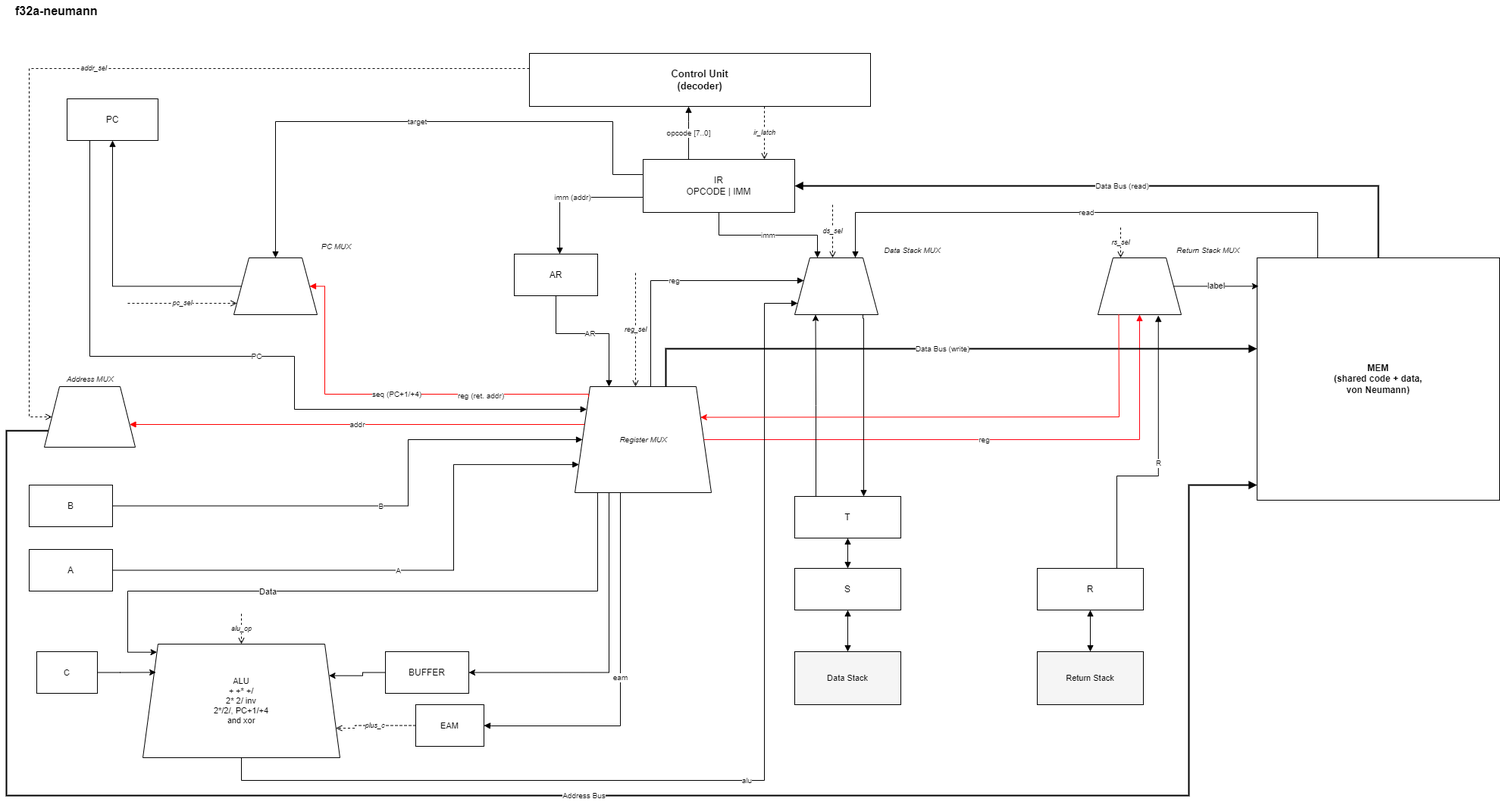
Earlier version of the draw.io export asmCOde/Scheme/f32a-neumann-dodelka.drawio.png (SushkoAlexandrITMO/CSA_Lab3). Source tidied: cells renumbered, new cells last; positions are measured from the earlier drawing's top-left corner, leaving out a move shared by most shapes.
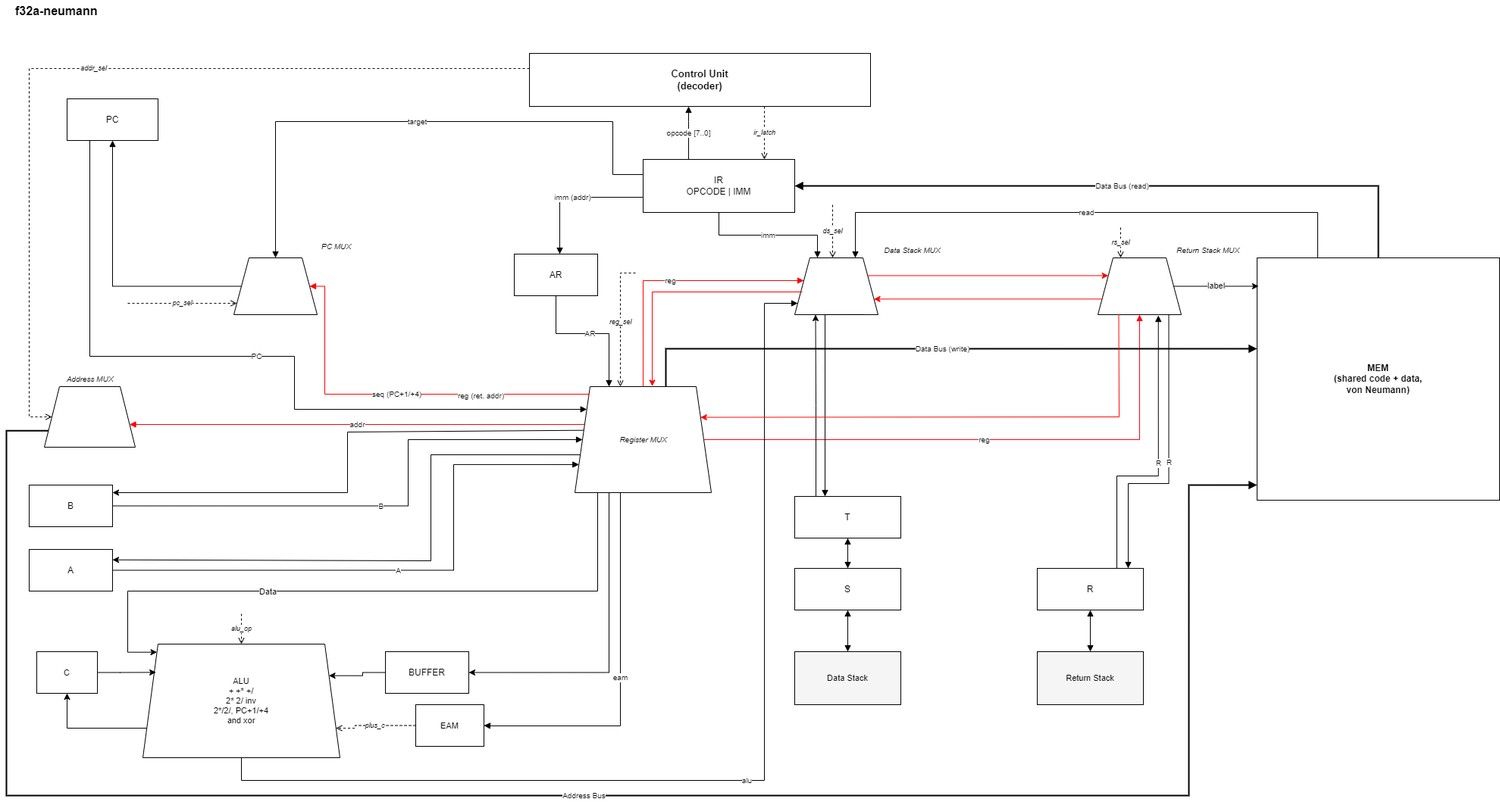
Later version of the same file.

The edit, as a diff of the source:
```diff
@@ -152,10 +152,10 @@
         </Array>
       </mxGeometry>
     </mxCell>
-    <mxCell id="38" value="reg" style="edgeStyle=orthogonalEdgeStyle;rounded=0;jettySize=auto;html=1;endArrow=block;strokeWidth=1;fontSize=10;" parent="1" edge="1" source="19" target="21">
+    <mxCell id="38" value="reg" style="edgeStyle=orthogonalEdgeStyle;rounded=0;jettySize=auto;html=1;endArrow=block;strokeWidth=1;fontSize=10;strokeColor=#FF0000;" parent="1" edge="1" source="19" target="21">
       <mxGeometry relative="1" as="geometry">
         <Array as="points">
-          <mxPoint x="850" y="370" />
+          <mxPoint x="840" y="370" />
         </Array>
       </mxGeometry>
     </mxCell>
@@ -190,9 +190,7 @@
     <mxCell id="43" style="edgeStyle=orthogonalEdgeStyle;rounded=0;jettySize=auto;html=1;endArrow=block;strokeWidth=1;fontSize=10;exitX=0.83;exitY=0.998;exitDx=0;exitDy=0;exitPerimeter=0;" parent="1" edge="1" source="21" target="64">
       <mxGeometry relative="1" as="geometry">
         <Array as="points">
-          <mxPoint x="1130" y="415" />
-          <mxPoint x="1130" y="420" />
-          <mxPoint x="1131" y="420" />
+          <mxPoint x="1080" y="415" />
         </Array>
       </mxGeometry>
     </mxCell>
@@ -261,8 +259,7 @@
       <mxGeometry relative="1" as="geometry">
         <mxPoint x="830" y="360" as="sourcePoint" />
         <Array as="points">
-          <mxPoint x="830" y="410" />
-          <mxPoint x="830" y="410" />
+          <mxPoint x="810" y="360" />
         </Array>
       </mxGeometry>
     </mxCell>
@@ -376,5 +373,51 @@
         </Array>
       </mxGeometry>
     </mxCell>
+    <mxCell id="71" style="endArrow=classic;html=1;rounded=0;exitX=0;exitY=0.75;exitDx=0;exitDy=0;entryX=0.5;entryY=1;entryDx=0;entryDy=0;" parent="1" edge="1" source="13" target="14">
+      <mxGeometry relative="1" as="geometry">
+        <Array as="points">
+          <mxPoint x="80" y="961" />
+        </Array>
+      </mxGeometry>
+    </mxCell>
+    <mxCell id="72" style="endArrow=classic;html=1;rounded=0;exitX=1;exitY=0.25;exitDx=0;exitDy=0;entryX=0;entryY=0.25;entryDx=0;entryDy=0;strokeColor=#FF0000;" parent="1" edge="1" source="21" target="25">
+      <mxGeometry relative="1" as="geometry" />
+    </mxCell>
+    <mxCell id="73" style="endArrow=classic;html=1;rounded=0;exitX=0;exitY=0.75;exitDx=0;exitDy=0;entryX=1;entryY=0.75;entryDx=0;entryDy=0;strokeColor=#FF0000;" parent="1" edge="1" source="25" target="21">
+      <mxGeometry relative="1" as="geometry" />
+    </mxCell>
+    <mxCell id="74" style="endArrow=classic;html=1;rounded=0;exitX=0.091;exitY=0.6;exitDx=0;exitDy=0;entryX=0.567;entryY=-0.004;entryDx=0;entryDy=0;strokeColor=#FF0000;exitPerimeter=0;entryPerimeter=0;" parent="1" edge="1" source="21" target="19">
+      <mxGeometry relative="1" as="geometry">
+        <Array as="points">
+          <mxPoint x="852" y="385" />
+        </Array>
+      </mxGeometry>
+    </mxCell>
+    <mxCell id="75" value="R" style="edgeStyle=orthogonalEdgeStyle;rounded=0;jettySize=auto;html=1;endArrow=block;strokeWidth=1;fontSize=10;exitX=0.85;exitY=1.008;exitDx=0;exitDy=0;exitPerimeter=0;" parent="1" edge="1" source="25">
+      <mxGeometry relative="1" as="geometry">
+        <mxPoint x="1480" y="750" as="targetPoint" />
+        <Array as="points">
+          <mxPoint x="1534" y="638" />
+          <mxPoint x="1480" y="638" />
+        </Array>
+      </mxGeometry>
+    </mxCell>
+    <mxCell id="76" style="endArrow=classic;html=1;rounded=0;exitX=0.063;exitY=0.412;exitDx=0;exitDy=0;exitPerimeter=0;" parent="1" edge="1" source="19">
+      <mxGeometry relative="1" as="geometry">
+        <mxPoint x="140" y="650" as="targetPoint" />
+        <Array as="points">
+          <mxPoint x="450" y="570" />
+          <mxPoint x="450" y="650" />
+        </Array>
+      </mxGeometry>
+    </mxCell>
+    <mxCell id="77" style="endArrow=classic;html=1;rounded=0;exitX=0.041;exitY=0.643;exitDx=0;exitDy=0;exitPerimeter=0;entryX=1;entryY=0.25;entryDx=0;entryDy=0;" parent="1" edge="1" source="19" target="10">
+      <mxGeometry relative="1" as="geometry">
+        <Array as="points">
+          <mxPoint x="560" y="600" />
+          <mxPoint x="560" y="740" />
+        </Array>
+      </mxGeometry>
+    </mxCell>
   </root>
 </mxGraphModel>
```
